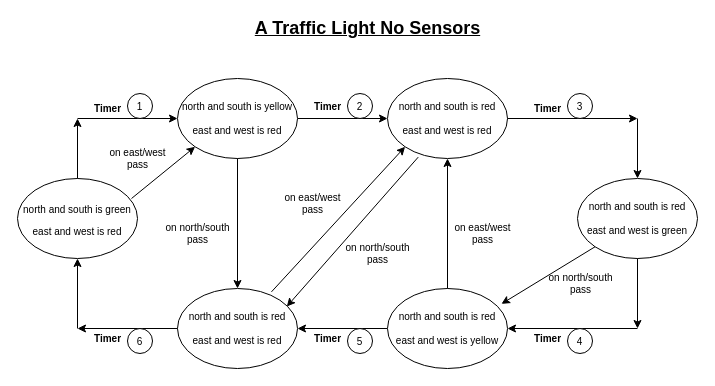
Earlier version of the draw.io diagram Traffic Light No Sensors.drawio (Fangedan/1520). Source tidied: cells renumbered, new cells numbered last; positions are measured from the earlier drawing's top-left corner, leaving out a move shared by most shapes. Both pictures are drawn from the tidied source at 100%, with x=0, y=0 at pixel (17, 18).
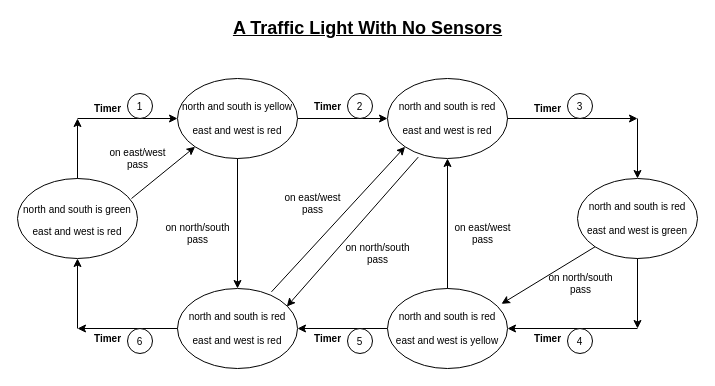
Above is the later version.

Diff of the diagram source:
```diff
@@
-    <mxCell id="2" value="&lt;b&gt;&lt;u&gt;&lt;font style=&quot;font-size: 18px&quot;&gt;A Traffic Light No Sensors&lt;/font&gt;&lt;/u&gt;&lt;/b&gt;" style="text;html=1;align=center;verticalAlign=middle;strokeColor=none;fillColor=none;" parent="1" vertex="1">
-      <mxGeometry x="230" width="240" height="20" as="geometry" />
+    <mxCell id="2" value="&lt;b&gt;&lt;u&gt;&lt;font style=&quot;font-size: 18px&quot;&gt;A Traffic Light With No Sensors&lt;/font&gt;&lt;/u&gt;&lt;/b&gt;" style="text;html=1;align=center;verticalAlign=middle;strokeColor=none;fillColor=none;" parent="1" vertex="1">
+      <mxGeometry x="210" width="280" height="20" as="geometry" />
     </mxCell>
```
